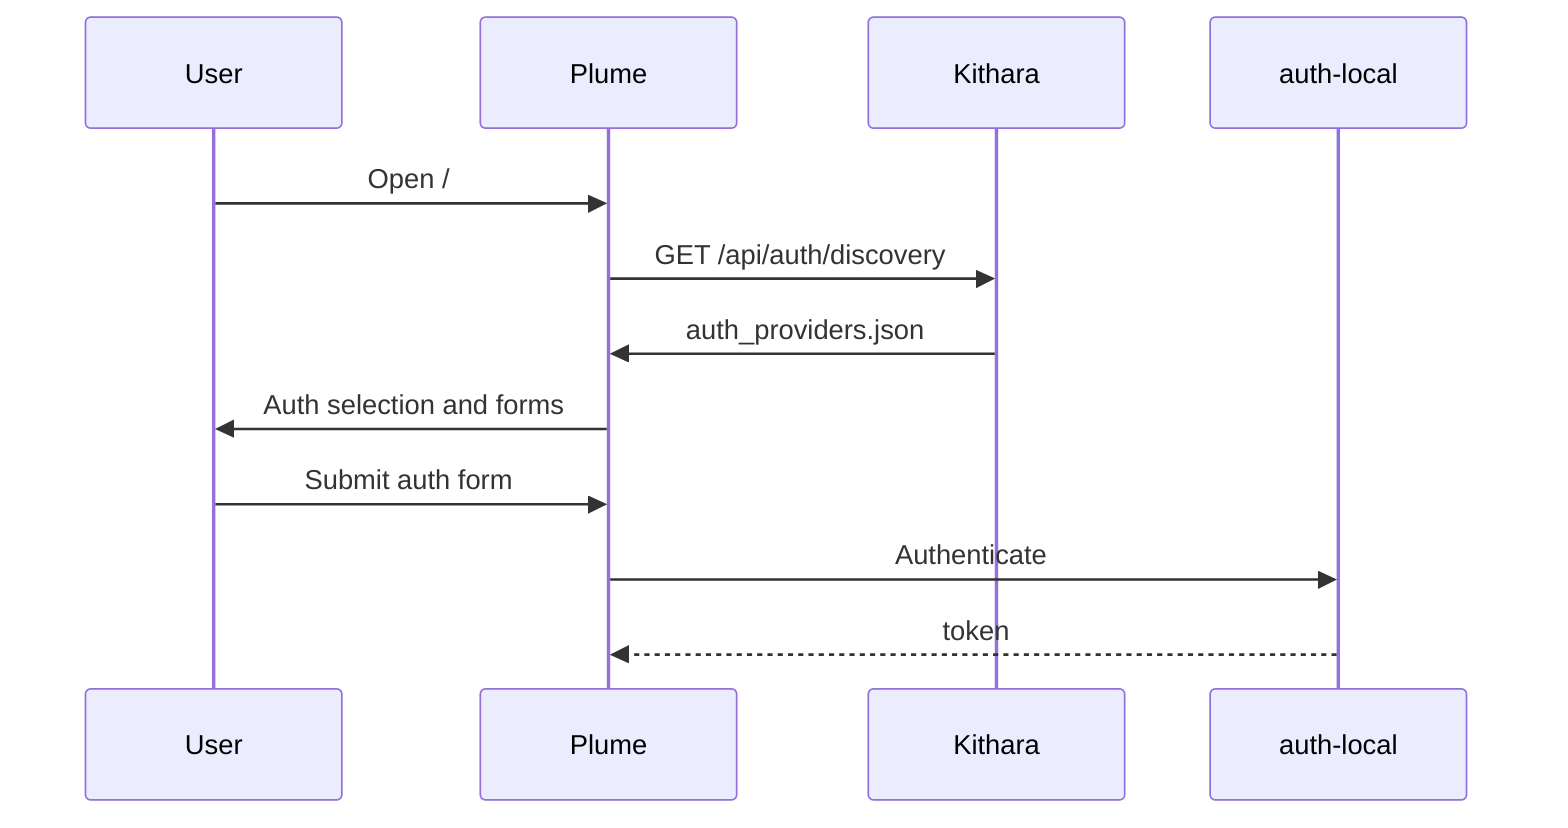
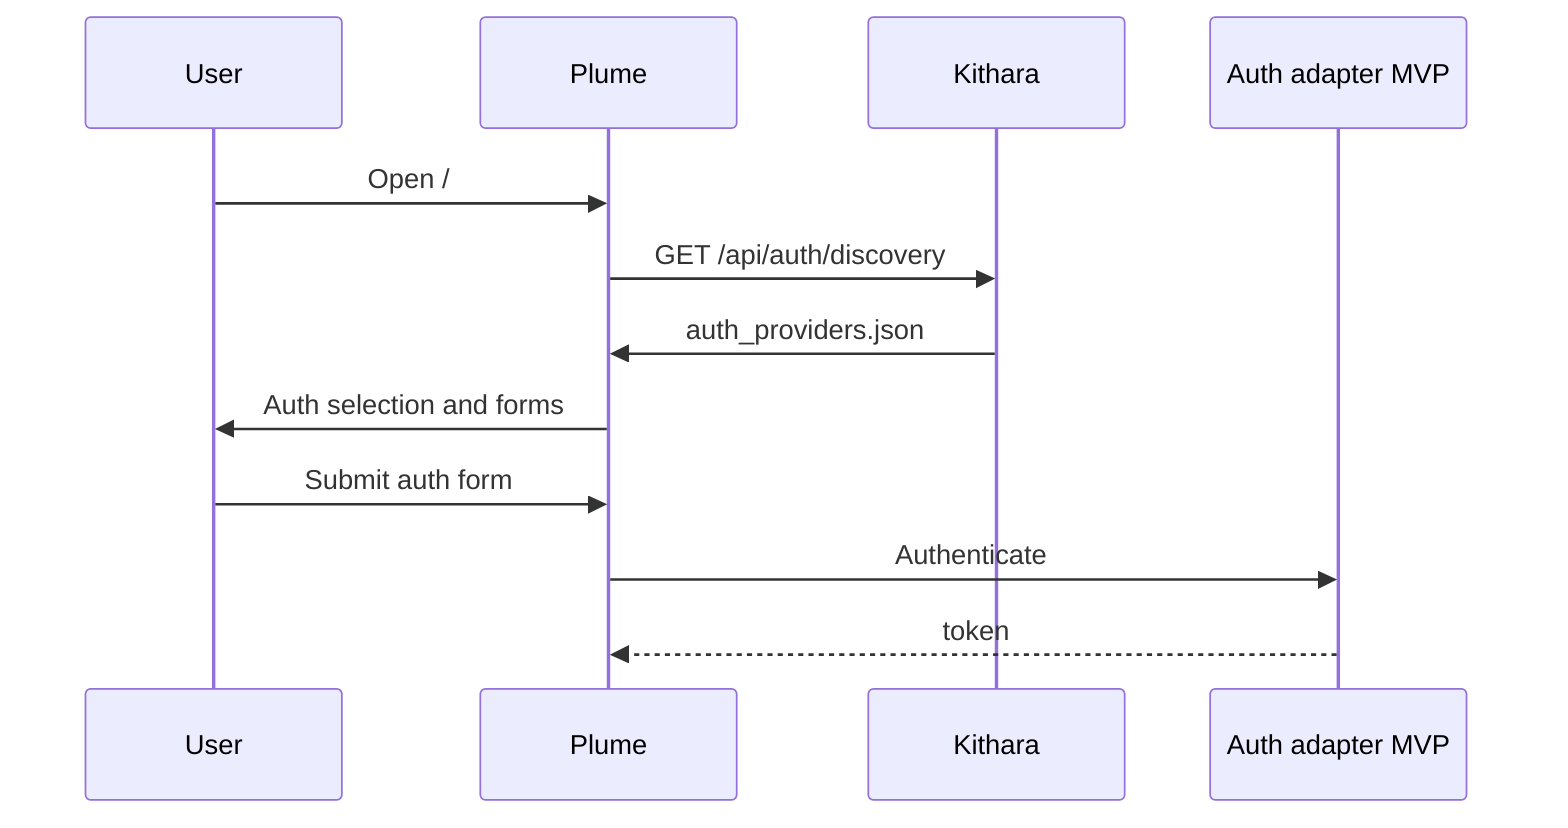
sequenceDiagram
  participant User
  participant Plume
  participant Kithara
-   participant Auth as auth-local
+   participant Auth as Auth adapter MVP

  User->>Plume: Open /
  Plume->>Kithara: GET /api/auth/discovery
  Kithara->>Plume: auth_providers.json
  Plume->>User: Auth selection and forms
  User->>Plume: Submit auth form
  Plume->>Auth: Authenticate
  Auth-->>Plume: token
